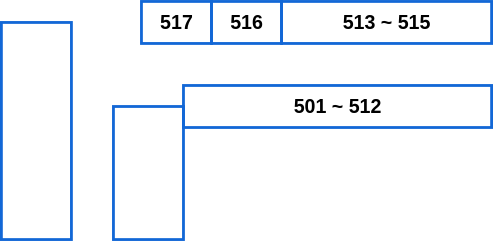
DKU-Opensource-Team23/Empty-Bear-FE keeps this draw.io diagram as public/images/floorplans/software/5f.svg. Above is the earlier version. Source tidied: cells renumbered, new cells last; positions are measured from the earlier drawing's top-left corner, leaving out a move shared by most shapes.
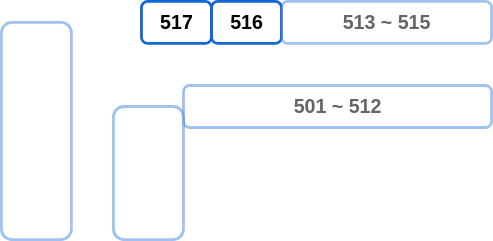
The same file after the commit.

The edit, as a diff of the source:
```diff
@@ -2,22 +2,22 @@
   <root>
     <mxCell id="0" />
     <mxCell id="1" parent="0" />
-    <mxCell id="2" value="517" style="whiteSpace=wrap;html=1;rounded=0;strokeColor=#1267D6;strokeWidth=2;align=center;verticalAlign=middle;fontFamily=sans-serif;fontSize=14;fontColor=default;fontStyle=1;fillColor=none;gradientColor=none;" parent="1" vertex="1">
+    <mxCell id="2" value="517" style="whiteSpace=wrap;html=1;rounded=1;strokeColor=#1267D6;strokeWidth=2;align=center;verticalAlign=middle;fontFamily=sans-serif;fontSize=14;fontColor=default;fontStyle=1;fillColor=none;gradientColor=none;" parent="1" vertex="1">
       <mxGeometry x="100" width="50" height="30" as="geometry" />
     </mxCell>
-    <mxCell id="3" value="516" style="whiteSpace=wrap;html=1;rounded=0;strokeColor=#1267D6;strokeWidth=2;align=center;verticalAlign=middle;fontFamily=sans-serif;fontSize=14;fontColor=default;fontStyle=1;fillColor=none;gradientColor=none;" parent="1" vertex="1">
+    <mxCell id="3" value="516" style="whiteSpace=wrap;html=1;rounded=1;strokeColor=#1267D6;strokeWidth=2;align=center;verticalAlign=middle;fontFamily=sans-serif;fontSize=14;fontColor=default;fontStyle=1;fillColor=none;gradientColor=none;" parent="1" vertex="1">
       <mxGeometry x="150" width="50" height="30" as="geometry" />
     </mxCell>
-    <mxCell id="4" value="501 ~ 512" style="whiteSpace=wrap;html=1;rounded=0;strokeColor=#1267D6;strokeWidth=2;align=center;verticalAlign=middle;fontFamily=sans-serif;fontSize=14;fontColor=default;fontStyle=1;fillColor=none;gradientColor=none;" parent="1" vertex="1">
+    <mxCell id="4" value="501 ~ 512" style="whiteSpace=wrap;html=1;rounded=1;strokeColor=#1267D6;strokeWidth=2;align=center;verticalAlign=middle;fontFamily=sans-serif;fontSize=14;fontColor=default;fontStyle=1;fillColor=#FFFFFF;gradientColor=none;shadow=0;glass=0;fillStyle=auto;opacity=40;textOpacity=60;" parent="1" vertex="1">
       <mxGeometry x="130" y="60" width="220" height="30" as="geometry" />
     </mxCell>
-    <mxCell id="5" style="whiteSpace=wrap;html=1;rounded=0;strokeColor=#1267D6;strokeWidth=2;align=center;verticalAlign=middle;fontFamily=sans-serif;fontSize=14;fontColor=default;fontStyle=1;fillColor=none;gradientColor=none;" parent="1" vertex="1">
+    <mxCell id="5" style="whiteSpace=wrap;html=1;rounded=1;strokeColor=#1267D6;strokeWidth=2;align=center;verticalAlign=middle;fontFamily=sans-serif;fontSize=14;fontColor=default;fontStyle=1;fillColor=#FFFFFF;gradientColor=none;shadow=0;glass=0;fillStyle=auto;opacity=40;textOpacity=40;" parent="1" vertex="1">
       <mxGeometry x="80" y="75" width="50" height="95" as="geometry" />
     </mxCell>
-    <mxCell id="6" style="whiteSpace=wrap;html=1;rounded=0;strokeColor=#1267D6;strokeWidth=2;align=center;verticalAlign=middle;fontFamily=sans-serif;fontSize=14;fontColor=default;fontStyle=1;fillColor=none;gradientColor=none;" parent="1" vertex="1">
+    <mxCell id="6" style="whiteSpace=wrap;html=1;rounded=1;strokeColor=#1267D6;strokeWidth=2;align=center;verticalAlign=middle;fontFamily=sans-serif;fontSize=14;fontColor=default;fontStyle=1;fillColor=#FFFFFF;gradientColor=none;shadow=0;glass=0;fillStyle=auto;opacity=40;textOpacity=40;" parent="1" vertex="1">
       <mxGeometry y="15" width="50" height="155" as="geometry" />
     </mxCell>
-    <mxCell id="7" value="513 ~ 515" style="whiteSpace=wrap;html=1;rounded=0;strokeColor=#1267D6;strokeWidth=2;align=center;verticalAlign=middle;fontFamily=sans-serif;fontSize=14;fontColor=default;fontStyle=1;fillColor=none;gradientColor=none;" parent="1" vertex="1">
+    <mxCell id="7" value="513 ~ 515" style="whiteSpace=wrap;html=1;rounded=1;strokeColor=#1267D6;strokeWidth=2;align=center;verticalAlign=middle;fontFamily=sans-serif;fontSize=14;fontColor=default;fontStyle=1;fillColor=#FFFFFF;gradientColor=none;shadow=0;glass=0;fillStyle=auto;opacity=40;textOpacity=60;" parent="1" vertex="1">
       <mxGeometry x="200" width="150" height="30" as="geometry" />
     </mxCell>
   </root>
```
